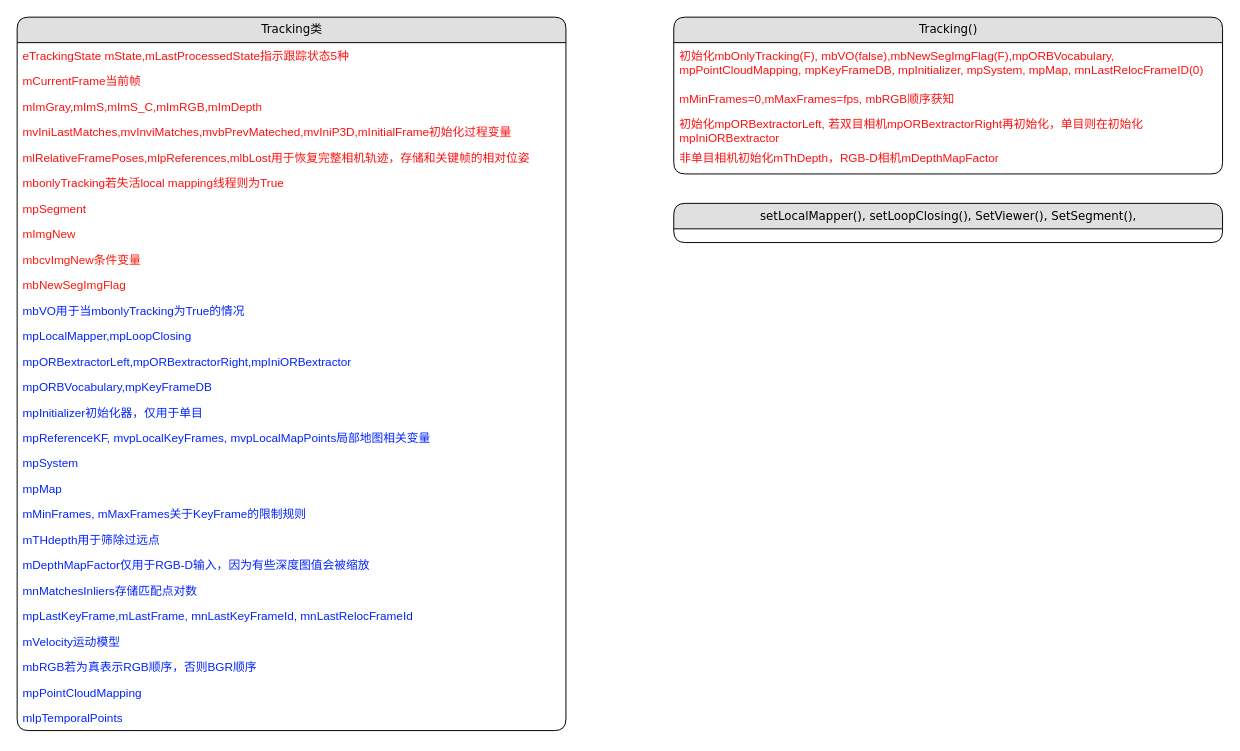
The draw.io diagram page "Tracking" (7 of 11) of Untitled Diagram.drawio in gtx818/visual-SLAM, before the edit. Source tidied: cells renumbered, new cells numbered last; positions are measured from the earlier drawing's top-left corner, leaving out a move shared by most shapes. Both pictures are drawn from the tidied source at 98%, with x=0, y=0 at pixel (17, 17).
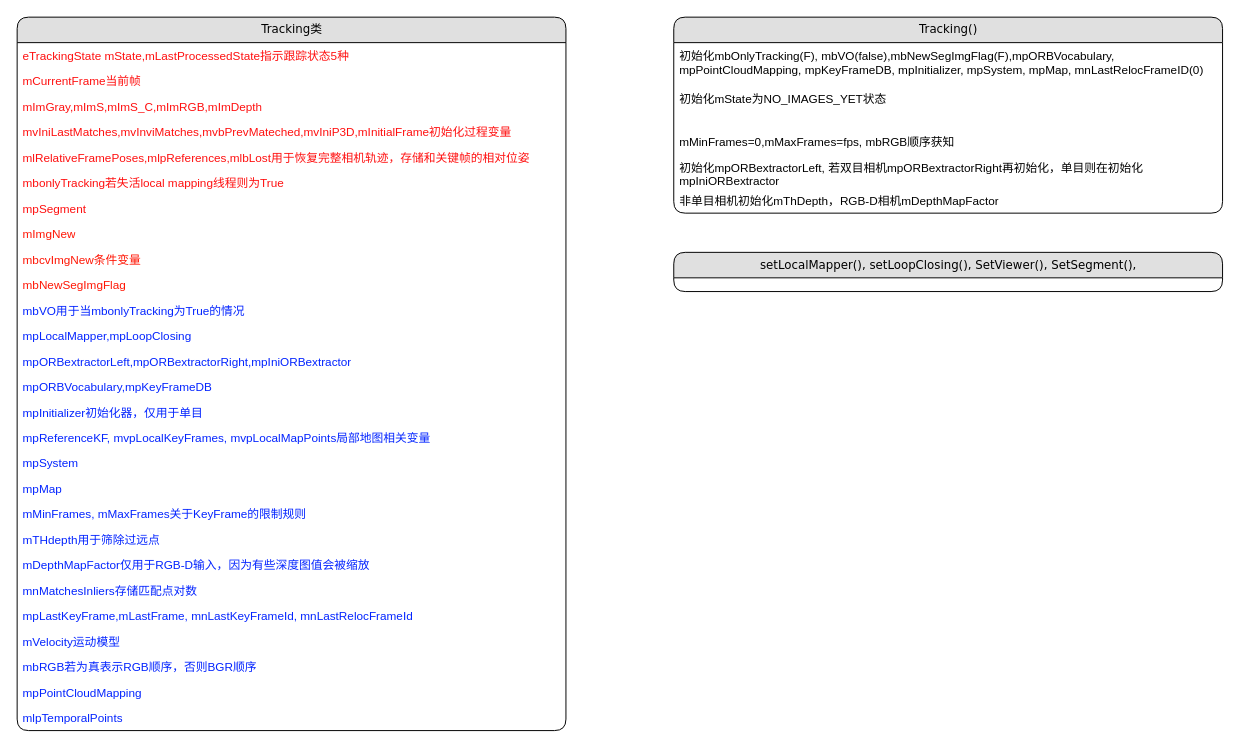
The same diagram, later.

Change to the diagram source:
```diff
@@
     <mxCell id="30" value="Tracking()" style="swimlane;html=1;fontStyle=0;horizontal=1;startSize=26;fillColor=#e0e0e0;swimlaneFillColor=#ffffff;align=center;rounded=1;shadow=0;comic=0;labelBackgroundColor=none;strokeWidth=1;fontFamily=Verdana;fontSize=12;" parent="1" vertex="1">
-      <mxGeometry x="670" width="560" height="160" as="geometry" />
+      <mxGeometry x="670" width="560" height="200" as="geometry" />
     </mxCell>
-    <mxCell id="31" value="初始化mbOnlyTracking(F), mbVO(false),mbNewSegImgFlag(F),mpORBVocabulary, mpPointCloudMapping, mpKeyFrameDB, mpInitializer, mpSystem, mpMap, mnLastRelocFrameID(0)" style="text;html=1;strokeColor=none;fillColor=none;spacingLeft=4;spacingRight=4;whiteSpace=wrap;overflow=hidden;fontColor=#FF0F0F;" parent="30" vertex="1">
+    <mxCell id="31" value="初始化mbOnlyTracking(F), mbVO(false),mbNewSegImgFlag(F),mpORBVocabulary, mpPointCloudMapping, mpKeyFrameDB, mpInitializer, mpSystem, mpMap, mnLastRelocFrameID(0)" style="text;html=1;strokeColor=none;fillColor=none;spacingLeft=4;spacingRight=4;whiteSpace=wrap;overflow=hidden;fontColor=#000000;" parent="30" vertex="1">
       <mxGeometry y="26" width="560" height="44" as="geometry" />
     </mxCell>
+    <mxCell id="36" value="初始化mState为NO_IMAGES_YET状态" style="text;html=1;strokeColor=none;fillColor=none;spacingLeft=4;spacingRight=4;whiteSpace=wrap;overflow=hidden;fontColor=#000000;" parent="30" vertex="1">
+      <mxGeometry y="70" width="560" height="44" as="geometry" />
+    </mxCell>
-    <mxCell id="32" value="mMinFrames=0,mMaxFrames=fps, mbRGB顺序获知" style="text;html=1;strokeColor=none;fillColor=none;spacingLeft=4;spacingRight=4;whiteSpace=wrap;overflow=hidden;fontColor=#FF0F0F;" parent="30" vertex="1">
-      <mxGeometry y="70" width="560" height="26" as="geometry" />
+    <mxCell id="32" value="mMinFrames=0,mMaxFrames=fps, mbRGB顺序获知" style="text;html=1;strokeColor=none;fillColor=none;spacingLeft=4;spacingRight=4;whiteSpace=wrap;overflow=hidden;fontColor=#000000;" parent="30" vertex="1">
+      <mxGeometry y="114" width="560" height="26" as="geometry" />
     </mxCell>
-    <mxCell id="33" value="初始化mpORBextractorLeft, 若双目相机mpORBextractorRight再初始化，单目则在初始化mpIniORBextractor" style="text;html=1;strokeColor=none;fillColor=none;spacingLeft=4;spacingRight=4;whiteSpace=wrap;overflow=hidden;fontColor=#FF0F0F;" parent="30" vertex="1">
-      <mxGeometry y="96" width="560" height="34" as="geometry" />
+    <mxCell id="33" value="初始化mpORBextractorLeft, 若双目相机mpORBextractorRight再初始化，单目则在初始化mpIniORBextractor" style="text;html=1;strokeColor=none;fillColor=none;spacingLeft=4;spacingRight=4;whiteSpace=wrap;overflow=hidden;fontColor=#000000;" parent="30" vertex="1">
+      <mxGeometry y="140" width="560" height="34" as="geometry" />
     </mxCell>
-    <mxCell id="34" value="非单目相机初始化mThDepth，RGB-D相机mDepthMapFactor" style="text;html=1;strokeColor=none;fillColor=none;spacingLeft=4;spacingRight=4;whiteSpace=wrap;overflow=hidden;fontColor=#FF0F0F;" parent="30" vertex="1">
-      <mxGeometry y="130" width="560" height="26" as="geometry" />
+    <mxCell id="34" value="非单目相机初始化mThDepth，RGB-D相机mDepthMapFactor" style="text;html=1;strokeColor=none;fillColor=none;spacingLeft=4;spacingRight=4;whiteSpace=wrap;overflow=hidden;fontColor=#000000;" parent="30" vertex="1">
+      <mxGeometry y="174" width="560" height="26" as="geometry" />
     </mxCell>
     <mxCell id="35" value="setLocalMapper(), setLoopClosing(), SetViewer(), SetSegment()," style="swimlane;html=1;fontStyle=0;horizontal=1;startSize=26;fillColor=#e0e0e0;swimlaneFillColor=#ffffff;align=center;rounded=1;shadow=0;comic=0;labelBackgroundColor=none;strokeWidth=1;fontFamily=Verdana;fontSize=12;" parent="1" vertex="1">
-      <mxGeometry x="670" y="190" width="560" height="40" as="geometry" />
+      <mxGeometry x="670" y="240" width="560" height="40" as="geometry" />
     </mxCell>
```
